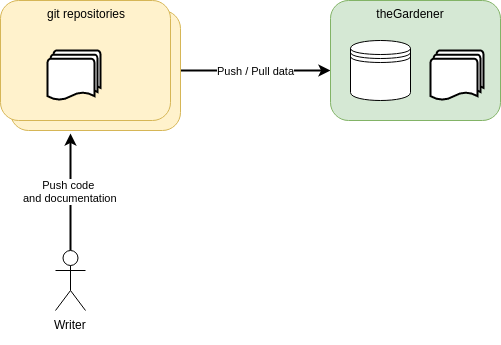
KelkooGroup/theGardener keeps this draw.io diagram as documentation/assets/images/theGardener_architecture.png. Above is the earlier version. Source tidied: cells renumbered, new cells last; positions are measured from the earlier drawing's top-left corner, leaving out a move shared by most shapes.
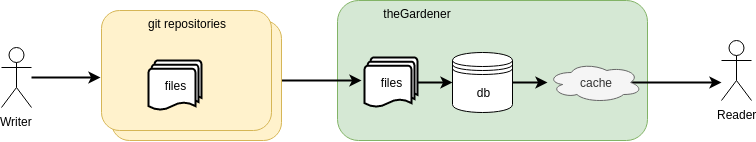
After the change.

Diff of the diagram source:
```diff
@@ -2,41 +2,57 @@
   <root>
     <mxCell id="0" />
     <mxCell id="1" parent="0" />
+    <mxCell id="4" style="rounded=1;whiteSpace=wrap;html=1;fillColor=#d5e8d4;strokeColor=#82b366;" parent="1" vertex="1">
+      <mxGeometry x="466" y="3" width="310" height="140" as="geometry" />
+    </mxCell>
-    <mxCell id="2" value="&lt;div&gt;Push / Pull data&lt;/div&gt;" style="edgeStyle=orthogonalEdgeStyle;rounded=0;jettySize=auto;html=1;exitX=1;exitY=0.5;exitDx=0;exitDy=0;entryX=0;entryY=0.583;entryDx=0;entryDy=0;entryPerimeter=0;strokeWidth=2;" parent="1" edge="1" source="3" target="4">
-      <mxGeometry relative="1" as="geometry" />
+    <mxCell id="2" style="rounded=0;jettySize=auto;html=1;exitX=1;exitY=0.5;exitDx=0;exitDy=0;strokeWidth=2;" parent="1" edge="1" source="3">
+      <mxGeometry relative="1" as="geometry">
+        <mxPoint x="490" y="83" as="targetPoint" />
+      </mxGeometry>
     </mxCell>
     <mxCell id="3" style="rounded=1;whiteSpace=wrap;html=1;fillColor=#fff2cc;strokeColor=#d6b656;" parent="1" vertex="1">
-      <mxGeometry x="10" y="10" width="170" height="120" as="geometry" />
+      <mxGeometry x="240" y="23" width="170" height="120" as="geometry" />
     </mxCell>
-    <mxCell id="4" style="rounded=1;whiteSpace=wrap;html=1;fillColor=#d5e8d4;strokeColor=#82b366;" parent="1" vertex="1">
-      <mxGeometry x="330" width="170" height="120" as="geometry" />
-    </mxCell>
-    <mxCell id="5" value="&lt;div&gt;Push code &lt;br&gt;and documentation&lt;/div&gt;" style="edgeStyle=orthogonalEdgeStyle;rounded=0;orthogonalLoop=1;jettySize=auto;html=1;exitX=0.5;exitY=0;exitDx=0;exitDy=0;exitPerimeter=0;entryX=0.353;entryY=1.025;entryDx=0;entryDy=0;entryPerimeter=0;strokeWidth=2;" parent="1" edge="1">
-      <mxGeometry relative="1" as="geometry">
-        <mxPoint x="70" y="250" as="sourcePoint" />
-        <mxPoint x="70" y="133" as="targetPoint" />
-      </mxGeometry>
-    </mxCell>
-    <mxCell id="6" value="&lt;div&gt;Writer&lt;/div&gt;&lt;div&gt;&lt;br&gt;&lt;/div&gt;" style="shape=umlActor;verticalLabelPosition=bottom;labelBackgroundColor=#ffffff;verticalAlign=top;html=1;outlineConnect=0;" parent="1" vertex="1">
-      <mxGeometry x="55" y="250" width="30" height="60" as="geometry" />
-    </mxCell>
+    <mxCell id="13" style="edgeStyle=none;rounded=0;jettySize=auto;html=1;strokeWidth=2;" parent="1" edge="1" source="7" target="8">
+      <mxGeometry relative="1" as="geometry" />
+    </mxCell>
-    <mxCell id="7" style="strokeWidth=2;html=1;shape=mxgraph.flowchart.multi-document;whiteSpace=wrap;" parent="1" vertex="1">
-      <mxGeometry x="430" y="50" width="53" height="50" as="geometry" />
+    <mxCell id="7" value="files" style="strokeWidth=2;html=1;shape=mxgraph.flowchart.multi-document;whiteSpace=wrap;" parent="1" vertex="1">
+      <mxGeometry x="493" y="60" width="53" height="50" as="geometry" />
     </mxCell>
+    <mxCell id="14" style="edgeStyle=none;rounded=0;jettySize=auto;html=1;strokeWidth=2;" parent="1" edge="1" source="8" target="16">
+      <mxGeometry relative="1" as="geometry" />
+    </mxCell>
-    <mxCell id="8" style="shape=datastore;whiteSpace=wrap;html=1;" parent="1" vertex="1">
-      <mxGeometry x="350" y="40" width="60" height="60" as="geometry" />
+    <mxCell id="8" value="db" style="shape=datastore;whiteSpace=wrap;html=1;" parent="1" vertex="1">
+      <mxGeometry x="581" y="55" width="60" height="60" as="geometry" />
     </mxCell>
     <mxCell id="9" value="&lt;div&gt;theGardener&lt;/div&gt;&lt;div&gt;&lt;br&gt;&lt;/div&gt;" style="text;html=1;strokeColor=none;fillColor=none;align=center;verticalAlign=middle;whiteSpace=wrap;rounded=0;" parent="1" vertex="1">
-      <mxGeometry x="390" y="10" width="40" height="20" as="geometry" />
+      <mxGeometry x="526" y="13" width="40" height="20" as="geometry" />
     </mxCell>
     <mxCell id="10" style="rounded=1;whiteSpace=wrap;html=1;fillColor=#fff2cc;strokeColor=#d6b656;" parent="1" vertex="1">
-      <mxGeometry width="170" height="120" as="geometry" />
+      <mxGeometry x="230" y="13" width="170" height="120" as="geometry" />
     </mxCell>
-    <mxCell id="11" style="strokeWidth=2;html=1;shape=mxgraph.flowchart.multi-document;whiteSpace=wrap;" parent="1" vertex="1">
-      <mxGeometry x="47" y="50" width="53" height="50" as="geometry" />
+    <mxCell id="11" value="files" style="strokeWidth=2;html=1;shape=mxgraph.flowchart.multi-document;whiteSpace=wrap;" parent="1" vertex="1">
+      <mxGeometry x="277" y="63" width="53" height="50" as="geometry" />
     </mxCell>
     <mxCell id="12" value="&lt;div&gt;git repositories&lt;/div&gt;&lt;div&gt;&lt;br&gt;&lt;/div&gt;" style="text;html=1;strokeColor=none;fillColor=none;align=center;verticalAlign=middle;whiteSpace=wrap;rounded=0;" parent="1" vertex="1">
-      <mxGeometry x="30" y="10" width="110" height="20" as="geometry" />
+      <mxGeometry x="260" y="23" width="110" height="20" as="geometry" />
     </mxCell>
+    <mxCell id="15" style="edgeStyle=none;rounded=0;jettySize=auto;html=1;exitX=0.875;exitY=0.5;exitDx=0;exitDy=0;exitPerimeter=0;strokeWidth=2;" parent="1" edge="1" source="16">
+      <mxGeometry relative="1" as="geometry">
+        <mxPoint x="850" y="85" as="targetPoint" />
+      </mxGeometry>
+    </mxCell>
+    <mxCell id="16" value="cache" style="ellipse;shape=cloud;whiteSpace=wrap;html=1;fillColor=#f5f5f5;strokeColor=#666666;fontColor=#333333;" parent="1" vertex="1">
+      <mxGeometry x="676" y="65" width="95" height="40" as="geometry" />
+    </mxCell>
+    <mxCell id="17" style="rounded=0;jettySize=auto;html=1;entryX=-0.006;entryY=0.558;entryDx=0;entryDy=0;entryPerimeter=0;strokeWidth=2;" parent="1" edge="1" source="6" target="10">
+      <mxGeometry relative="1" as="geometry" />
+    </mxCell>
+    <mxCell id="6" value="Writer" style="shape=umlActor;verticalLabelPosition=bottom;labelBackgroundColor=#ffffff;verticalAlign=top;html=1;" parent="1" vertex="1">
+      <mxGeometry x="130" y="50" width="30" height="60" as="geometry" />
+    </mxCell>
+    <mxCell id="18" value="Reader" style="shape=umlActor;verticalLabelPosition=bottom;labelBackgroundColor=#ffffff;verticalAlign=top;html=1;" parent="1" vertex="1">
+      <mxGeometry x="850" y="43" width="30" height="60" as="geometry" />
+    </mxCell>
   </root>
 </mxGraphModel>
```
